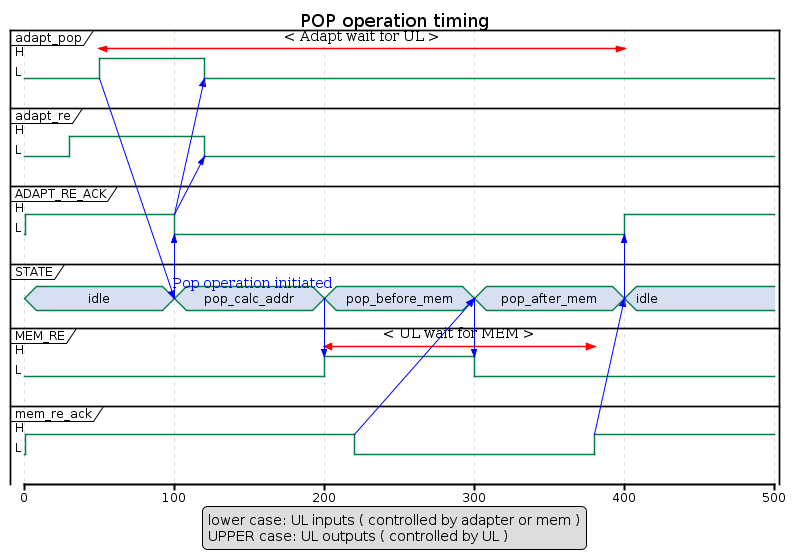
Above: spec/timing_pop.png in bukodi/acu_stack (PlantUML), before the change.
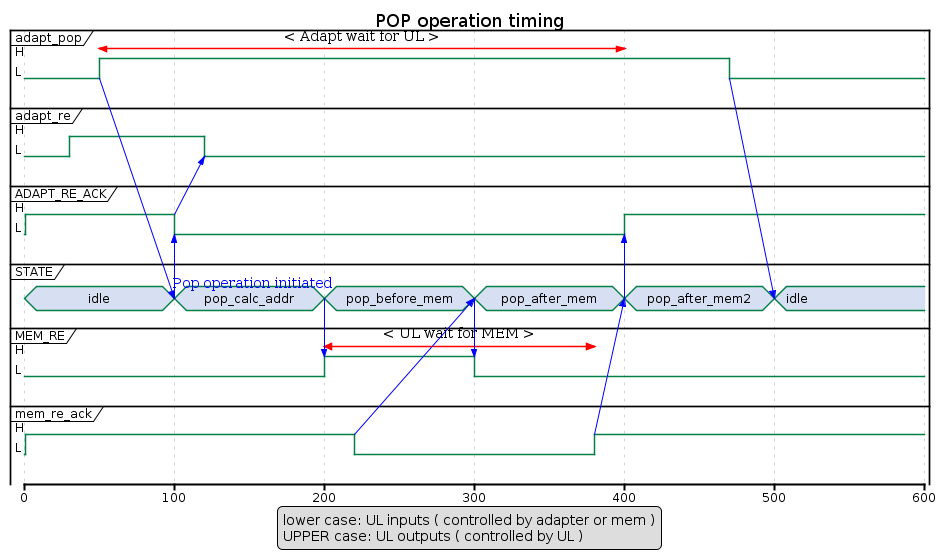
Above is the later version.

The edit, as a diff of the source:
```diff
@@ -42,11 +42,9 @@
 AREACK is L
 ST -> AREACK
 AREACK -> ARE@+20
-AREACK -> AP@+20
 
 @120
 ARE is L
-AP is L
 
 @200
 MRE is H
@@ -67,9 +65,16 @@
 MREACK -> ST@+20
 
 @400
-ST is idle
+ST is pop_after_mem2
 AREACK is H
 ST -> AREACK
+
+@470
+AP is L
+AP -> ST@+30
+
+@500
+ST is idle
 
 
 @MRE
```
